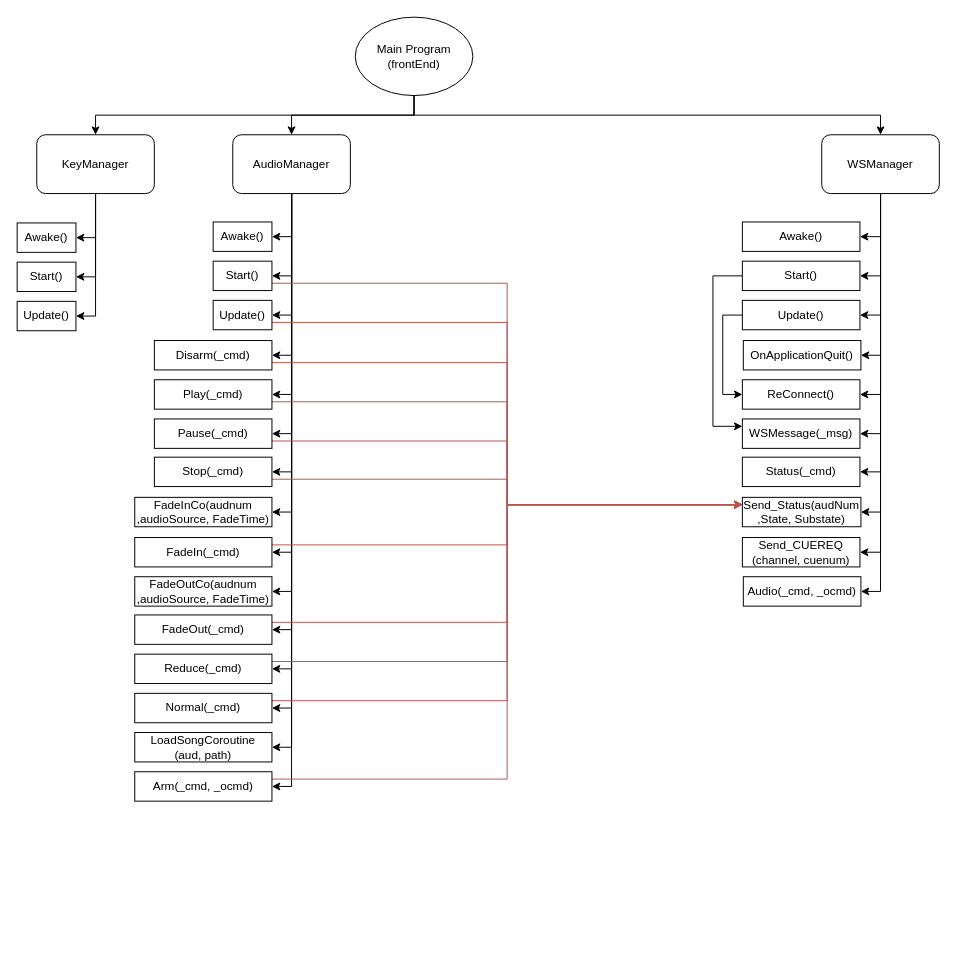
Earlier version of the draw.io diagram page "Hierarchy (frontEnd)" (4 of 4) of Docs/db.drawio (User5029/NEA). Source tidied: cells renumbered, new cells numbered last; positions are measured from the earlier drawing's top-left corner, leaving out a move shared by most shapes. Both pictures are drawn from the tidied source at 98%, with x=0, y=0 at pixel (17, 17).
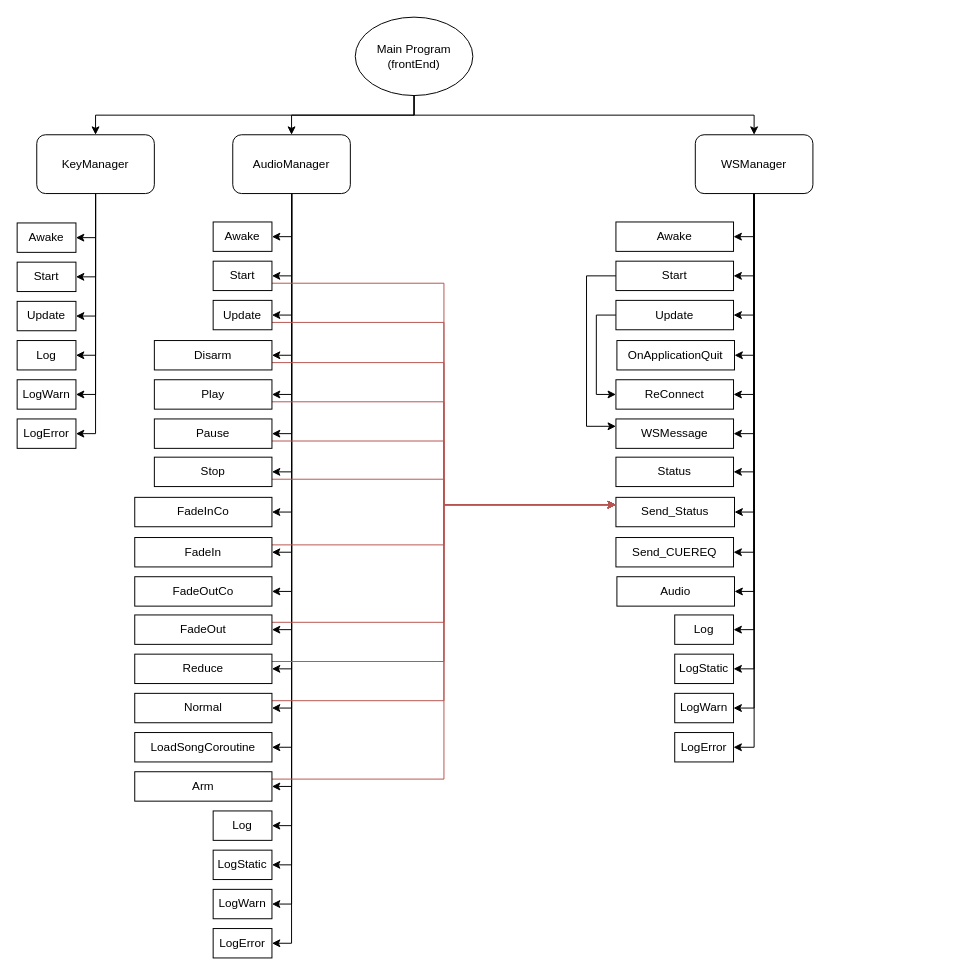
Above is the later version.

Unchanged cells that the change refers to:
```xml
<mxCell id="9" value="KeyManager" style="rounded=1;whiteSpace=wrap;html=1;" parent="1" vertex="1">
  <mxGeometry x="20" y="120" width="120" height="60" as="geometry" />
</mxCell>
<mxCell id="25" value="AudioManager" style="rounded=1;whiteSpace=wrap;html=1;" parent="1" vertex="1">
  <mxGeometry x="220" y="120" width="120" height="60" as="geometry" />
</mxCell>
```

Change to the diagram source:
```diff
@@
+    <mxCell id="78" style="edgeStyle=orthogonalEdgeStyle;rounded=0;jettySize=auto;html=1;exitX=0.5;exitY=1;exitDx=0;exitDy=0;entryX=1;entryY=0.5;entryDx=0;entryDy=0;" parent="1" edge="1" source="9" target="89">
+      <mxGeometry relative="1" as="geometry" />
+    </mxCell>
+    <mxCell id="79" style="edgeStyle=orthogonalEdgeStyle;rounded=0;jettySize=auto;html=1;exitX=0.5;exitY=1;exitDx=0;exitDy=0;entryX=1;entryY=0.5;entryDx=0;entryDy=0;" parent="1" edge="1" source="9" target="90">
+      <mxGeometry relative="1" as="geometry" />
+    </mxCell>
+    <mxCell id="80" style="edgeStyle=orthogonalEdgeStyle;rounded=0;jettySize=auto;html=1;exitX=0.5;exitY=1;exitDx=0;exitDy=0;entryX=1;entryY=0.5;entryDx=0;entryDy=0;" parent="1" edge="1" source="9" target="91">
+      <mxGeometry relative="1" as="geometry" />
+    </mxCell>
@@
+    <mxCell id="81" style="edgeStyle=orthogonalEdgeStyle;rounded=0;jettySize=auto;html=1;exitX=0.5;exitY=1;exitDx=0;exitDy=0;entryX=1;entryY=0.5;entryDx=0;entryDy=0;" parent="1" edge="1" source="25" target="92">
+      <mxGeometry relative="1" as="geometry" />
+    </mxCell>
+    <mxCell id="82" style="edgeStyle=orthogonalEdgeStyle;rounded=0;jettySize=auto;html=1;exitX=0.5;exitY=1;exitDx=0;exitDy=0;entryX=1;entryY=0.5;entryDx=0;entryDy=0;" parent="1" edge="1" source="25" target="95">
+      <mxGeometry relative="1" as="geometry" />
+    </mxCell>
+    <mxCell id="83" style="edgeStyle=orthogonalEdgeStyle;rounded=0;jettySize=auto;html=1;exitX=0.5;exitY=1;exitDx=0;exitDy=0;entryX=1;entryY=0.5;entryDx=0;entryDy=0;" parent="1" edge="1" source="25" target="93">
+      <mxGeometry relative="1" as="geometry" />
+    </mxCell>
+    <mxCell id="84" style="edgeStyle=orthogonalEdgeStyle;rounded=0;jettySize=auto;html=1;exitX=0.5;exitY=1;exitDx=0;exitDy=0;entryX=1;entryY=0.5;entryDx=0;entryDy=0;" parent="1" edge="1" source="25" target="94">
+      <mxGeometry relative="1" as="geometry" />
+    </mxCell>
@@
+    <mxCell id="85" style="edgeStyle=orthogonalEdgeStyle;rounded=0;jettySize=auto;html=1;exitX=0.5;exitY=1;exitDx=0;exitDy=0;entryX=1;entryY=0.5;entryDx=0;entryDy=0;" parent="1" edge="1" source="36" target="96">
+      <mxGeometry relative="1" as="geometry" />
+    </mxCell>
+    <mxCell id="86" style="edgeStyle=orthogonalEdgeStyle;rounded=0;jettySize=auto;html=1;exitX=0.5;exitY=1;exitDx=0;exitDy=0;entryX=1;entryY=0.5;entryDx=0;entryDy=0;" parent="1" edge="1" source="36" target="99">
+      <mxGeometry relative="1" as="geometry" />
+    </mxCell>
+    <mxCell id="87" style="edgeStyle=orthogonalEdgeStyle;rounded=0;jettySize=auto;html=1;exitX=0.5;exitY=1;exitDx=0;exitDy=0;entryX=1;entryY=0.5;entryDx=0;entryDy=0;" parent="1" edge="1" source="36" target="97">
+      <mxGeometry relative="1" as="geometry" />
+    </mxCell>
+    <mxCell id="88" style="edgeStyle=orthogonalEdgeStyle;rounded=0;jettySize=auto;html=1;exitX=0.5;exitY=1;exitDx=0;exitDy=0;entryX=1;entryY=0.5;entryDx=0;entryDy=0;" parent="1" edge="1" source="36" target="98">
+      <mxGeometry relative="1" as="geometry" />
+    </mxCell>
     <mxCell id="36" value="WSManager" style="rounded=1;whiteSpace=wrap;html=1;" parent="1" vertex="1">
-      <mxGeometry x="821" y="120" width="120" height="60" as="geometry" />
+      <mxGeometry x="692" y="120" width="120" height="60" as="geometry" />
     </mxCell>
-    <mxCell id="37" value="&lt;div&gt;&lt;span style=&quot;background-color: initial;&quot;&gt;Awake()&lt;/span&gt;&lt;br&gt;&lt;/div&gt;" style="rounded=0;whiteSpace=wrap;html=1;" parent="1" vertex="1">
+    <mxCell id="37" value="&lt;div&gt;&lt;span style=&quot;background-color: initial;&quot;&gt;Awake&lt;/span&gt;&lt;/div&gt;" style="rounded=0;whiteSpace=wrap;html=1;" parent="1" vertex="1">
       <mxGeometry y="210" width="60" height="30" as="geometry" />
     </mxCell>
-    <mxCell id="38" value="&lt;div&gt;&lt;span style=&quot;background-color: initial;&quot;&gt;Start()&lt;/span&gt;&lt;br&gt;&lt;/div&gt;" style="rounded=0;whiteSpace=wrap;html=1;" parent="1" vertex="1">
+    <mxCell id="38" value="&lt;div&gt;&lt;span style=&quot;background-color: initial;&quot;&gt;Start&lt;/span&gt;&lt;br&gt;&lt;/div&gt;" style="rounded=0;whiteSpace=wrap;html=1;" parent="1" vertex="1">
       <mxGeometry y="250" width="60" height="30" as="geometry" />
     </mxCell>
-    <mxCell id="39" value="&lt;div&gt;&lt;span style=&quot;background-color: initial;&quot;&gt;Update()&lt;/span&gt;&lt;br&gt;&lt;/div&gt;" style="rounded=0;whiteSpace=wrap;html=1;" parent="1" vertex="1">
+    <mxCell id="39" value="&lt;div&gt;&lt;span style=&quot;background-color: initial;&quot;&gt;Update&lt;/span&gt;&lt;br&gt;&lt;/div&gt;" style="rounded=0;whiteSpace=wrap;html=1;" parent="1" vertex="1">
       <mxGeometry y="290" width="60" height="30" as="geometry" />
     </mxCell>
-    <mxCell id="40" value="&lt;div&gt;&lt;span style=&quot;background-color: initial;&quot;&gt;Awake()&lt;/span&gt;&lt;br&gt;&lt;/div&gt;" style="rounded=0;whiteSpace=wrap;html=1;" parent="1" vertex="1">
-      <mxGeometry x="740" y="209" width="120" height="30" as="geometry" />
+    <mxCell id="40" value="&lt;div&gt;&lt;span style=&quot;background-color: initial;&quot;&gt;Awake&lt;/span&gt;&lt;br&gt;&lt;/div&gt;" style="rounded=0;whiteSpace=wrap;html=1;" parent="1" vertex="1">
+      <mxGeometry x="611" y="209" width="120" height="30" as="geometry" />
     </mxCell>
     <mxCell id="41" style="edgeStyle=orthogonalEdgeStyle;rounded=0;jettySize=auto;html=1;exitX=0;exitY=0.5;exitDx=0;exitDy=0;entryX=0;entryY=0.25;entryDx=0;entryDy=0;" parent="1" edge="1" source="42" target="45">
       <mxGeometry relative="1" as="geometry">
         <Array as="points">
-          <mxPoint x="710" y="264" />
-          <mxPoint x="710" y="418" />
+          <mxPoint x="581" y="264" />
+          <mxPoint x="581" y="418" />
         </Array>
       </mxGeometry>
     </mxCell>
-    <mxCell id="42" value="&lt;div&gt;&lt;span style=&quot;background-color: initial;&quot;&gt;Start()&lt;/span&gt;&lt;br&gt;&lt;/div&gt;" style="rounded=0;whiteSpace=wrap;html=1;" parent="1" vertex="1">
-      <mxGeometry x="740" y="249" width="120" height="30" as="geometry" />
+    <mxCell id="42" value="&lt;div&gt;&lt;span style=&quot;background-color: initial;&quot;&gt;Start&lt;/span&gt;&lt;br&gt;&lt;/div&gt;" style="rounded=0;whiteSpace=wrap;html=1;" parent="1" vertex="1">
+      <mxGeometry x="611" y="249" width="120" height="30" as="geometry" />
     </mxCell>
@@
-    <mxCell id="44" value="&lt;div&gt;&lt;span style=&quot;background-color: initial;&quot;&gt;Update()&lt;/span&gt;&lt;br&gt;&lt;/div&gt;" style="rounded=0;whiteSpace=wrap;html=1;" parent="1" vertex="1">
-      <mxGeometry x="740" y="289" width="120" height="30" as="geometry" />
+    <mxCell id="44" value="&lt;div&gt;&lt;span style=&quot;background-color: initial;&quot;&gt;Update&lt;/span&gt;&lt;br&gt;&lt;/div&gt;" style="rounded=0;whiteSpace=wrap;html=1;" parent="1" vertex="1">
+      <mxGeometry x="611" y="289" width="120" height="30" as="geometry" />
     </mxCell>
-    <mxCell id="45" value="&lt;div&gt;WSMessage(_msg)&lt;/div&gt;" style="rounded=0;whiteSpace=wrap;html=1;" parent="1" vertex="1">
-      <mxGeometry x="740" y="410" width="120" height="30" as="geometry" />
+    <mxCell id="45" value="&lt;div&gt;WSMessage&lt;/div&gt;" style="rounded=0;whiteSpace=wrap;html=1;" parent="1" vertex="1">
+      <mxGeometry x="611" y="410" width="120" height="30" as="geometry" />
     </mxCell>
-    <mxCell id="46" value="Status(_cmd)" style="rounded=0;whiteSpace=wrap;html=1;" parent="1" vertex="1">
-      <mxGeometry x="740" y="449" width="120" height="30" as="geometry" />
+    <mxCell id="46" value="Status" style="rounded=0;whiteSpace=wrap;html=1;" parent="1" vertex="1">
+      <mxGeometry x="611" y="449" width="120" height="30" as="geometry" />
     </mxCell>
-    <mxCell id="47" value="Send_Status(audNum&lt;div&gt;,State, Substate)&lt;/div&gt;" style="rounded=0;whiteSpace=wrap;html=1;" parent="1" vertex="1">
-      <mxGeometry x="740" y="490" width="121" height="30" as="geometry" />
+    <mxCell id="47" value="Send_Status" style="rounded=0;whiteSpace=wrap;html=1;" parent="1" vertex="1">
+      <mxGeometry x="611" y="490" width="121" height="30" as="geometry" />
     </mxCell>
-    <mxCell id="48" value="Send_CUEREQ (channel, cuenum)" style="rounded=0;whiteSpace=wrap;html=1;" parent="1" vertex="1">
-      <mxGeometry x="740" y="531" width="120" height="30" as="geometry" />
+    <mxCell id="48" value="Send_CUEREQ" style="rounded=0;whiteSpace=wrap;html=1;" parent="1" vertex="1">
+      <mxGeometry x="611" y="531" width="120" height="30" as="geometry" />
     </mxCell>
-    <mxCell id="49" value="Audio(_cmd, _ocmd)" style="rounded=0;whiteSpace=wrap;html=1;" parent="1" vertex="1">
-      <mxGeometry x="741" y="571" width="120" height="30" as="geometry" />
+    <mxCell id="49" value="Audio" style="rounded=0;whiteSpace=wrap;html=1;" parent="1" vertex="1">
+      <mxGeometry x="612" y="571" width="120" height="30" as="geometry" />
     </mxCell>
-    <mxCell id="50" value="&lt;div&gt;&lt;span style=&quot;background-color: initial;&quot;&gt;OnApplicationQuit()&lt;/span&gt;&lt;br&gt;&lt;/div&gt;" style="rounded=0;whiteSpace=wrap;html=1;" parent="1" vertex="1">
-      <mxGeometry x="741" y="330" width="120" height="30" as="geometry" />
+    <mxCell id="50" value="&lt;div&gt;&lt;span style=&quot;background-color: initial;&quot;&gt;OnApplicationQuit&lt;/span&gt;&lt;br&gt;&lt;/div&gt;" style="rounded=0;whiteSpace=wrap;html=1;" parent="1" vertex="1">
+      <mxGeometry x="612" y="330" width="120" height="30" as="geometry" />
     </mxCell>
-    <mxCell id="51" value="&lt;div&gt;ReConnect()&lt;/div&gt;" style="rounded=0;whiteSpace=wrap;html=1;" parent="1" vertex="1">
-      <mxGeometry x="740" y="370" width="120" height="30" as="geometry" />
+    <mxCell id="51" value="&lt;div&gt;ReConnect&lt;/div&gt;" style="rounded=0;whiteSpace=wrap;html=1;" parent="1" vertex="1">
+      <mxGeometry x="611" y="370" width="120" height="30" as="geometry" />
     </mxCell>
-    <mxCell id="52" value="&lt;div&gt;&lt;span style=&quot;background-color: initial;&quot;&gt;Awake()&lt;/span&gt;&lt;br&gt;&lt;/div&gt;" style="rounded=0;whiteSpace=wrap;html=1;" parent="1" vertex="1">
+    <mxCell id="52" value="&lt;div&gt;&lt;span style=&quot;background-color: initial;&quot;&gt;Awake&lt;/span&gt;&lt;br&gt;&lt;/div&gt;" style="rounded=0;whiteSpace=wrap;html=1;" parent="1" vertex="1">
       <mxGeometry x="200" y="209" width="60" height="30" as="geometry" />
     </mxCell>
@@
-    <mxCell id="54" value="&lt;div&gt;&lt;span style=&quot;background-color: initial;&quot;&gt;Start()&lt;/span&gt;&lt;br&gt;&lt;/div&gt;" style="rounded=0;whiteSpace=wrap;html=1;" parent="1" vertex="1">
+    <mxCell id="54" value="&lt;div&gt;&lt;span style=&quot;background-color: initial;&quot;&gt;Start&lt;/span&gt;&lt;/div&gt;" style="rounded=0;whiteSpace=wrap;html=1;" parent="1" vertex="1">
       <mxGeometry x="200" y="249" width="60" height="30" as="geometry" />
     </mxCell>
@@
-    <mxCell id="56" value="&lt;div&gt;&lt;span style=&quot;background-color: initial;&quot;&gt;Update()&lt;/span&gt;&lt;br&gt;&lt;/div&gt;" style="rounded=0;whiteSpace=wrap;html=1;" parent="1" vertex="1">
+    <mxCell id="56" value="&lt;div&gt;&lt;span style=&quot;background-color: initial;&quot;&gt;Update&lt;/span&gt;&lt;br&gt;&lt;/div&gt;" style="rounded=0;whiteSpace=wrap;html=1;" parent="1" vertex="1">
       <mxGeometry x="200" y="289" width="60" height="30" as="geometry" />
     </mxCell>
@@
-    <mxCell id="58" value="&lt;div&gt;Disarm(_cmd)&lt;/div&gt;" style="rounded=0;whiteSpace=wrap;html=1;" parent="1" vertex="1">
+    <mxCell id="58" value="&lt;div&gt;Disarm&lt;/div&gt;" style="rounded=0;whiteSpace=wrap;html=1;" parent="1" vertex="1">
       <mxGeometry x="140" y="330" width="120" height="30" as="geometry" />
     </mxCell>
@@
-    <mxCell id="60" value="Play(_cmd)" style="rounded=0;whiteSpace=wrap;html=1;" parent="1" vertex="1">
+    <mxCell id="60" value="Play" style="rounded=0;whiteSpace=wrap;html=1;" parent="1" vertex="1">
       <mxGeometry x="140" y="370" width="120" height="30" as="geometry" />
     </mxCell>
@@
-    <mxCell id="62" value="Pause(_cmd)" style="rounded=0;whiteSpace=wrap;html=1;" parent="1" vertex="1">
+    <mxCell id="62" value="Pause" style="rounded=0;whiteSpace=wrap;html=1;" parent="1" vertex="1">
       <mxGeometry x="140" y="410" width="120" height="30" as="geometry" />
     </mxCell>
@@
-    <mxCell id="64" value="Stop(_cmd)" style="rounded=0;whiteSpace=wrap;html=1;" parent="1" vertex="1">
+    <mxCell id="64" value="Stop" style="rounded=0;whiteSpace=wrap;html=1;" parent="1" vertex="1">
       <mxGeometry x="140" y="449" width="120" height="30" as="geometry" />
     </mxCell>
-    <mxCell id="65" value="FadeInCo(audnum&lt;div&gt;,audioSource, FadeTime)&lt;/div&gt;" style="rounded=0;whiteSpace=wrap;html=1;" parent="1" vertex="1">
+    <mxCell id="65" value="FadeInCo" style="rounded=0;whiteSpace=wrap;html=1;" parent="1" vertex="1">
       <mxGeometry x="120" y="490" width="140" height="30" as="geometry" />
     </mxCell>
@@
-    <mxCell id="67" value="FadeIn(_cmd)" style="rounded=0;whiteSpace=wrap;html=1;" parent="1" vertex="1">
+    <mxCell id="67" value="FadeIn" style="rounded=0;whiteSpace=wrap;html=1;" parent="1" vertex="1">
       <mxGeometry x="120" y="531" width="140" height="30" as="geometry" />
     </mxCell>
-    <mxCell id="68" value="FadeOutCo(audnum&lt;div&gt;,audioSource, FadeTime)&lt;/div&gt;" style="rounded=0;whiteSpace=wrap;html=1;" parent="1" vertex="1">
+    <mxCell id="68" value="FadeOutCo" style="rounded=0;whiteSpace=wrap;html=1;" parent="1" vertex="1">
       <mxGeometry x="120" y="571" width="140" height="30" as="geometry" />
     </mxCell>
@@
-    <mxCell id="70" value="FadeOut(_cmd)" style="rounded=0;whiteSpace=wrap;html=1;" parent="1" vertex="1">
+    <mxCell id="70" value="FadeOut" style="rounded=0;whiteSpace=wrap;html=1;" parent="1" vertex="1">
       <mxGeometry x="120" y="610" width="140" height="30" as="geometry" />
     </mxCell>
@@
-    <mxCell id="72" value="Reduce(_cmd)" style="rounded=0;whiteSpace=wrap;html=1;" parent="1" vertex="1">
+    <mxCell id="72" value="Reduce" style="rounded=0;whiteSpace=wrap;html=1;" parent="1" vertex="1">
       <mxGeometry x="120" y="650" width="140" height="30" as="geometry" />
     </mxCell>
@@
-    <mxCell id="74" value="Normal(_cmd)" style="rounded=0;whiteSpace=wrap;html=1;" parent="1" vertex="1">
+    <mxCell id="74" value="Normal" style="rounded=0;whiteSpace=wrap;html=1;" parent="1" vertex="1">
       <mxGeometry x="120" y="690" width="140" height="30" as="geometry" />
     </mxCell>
-    <mxCell id="75" value="LoadSongCoroutine&lt;div&gt;(aud, path)&lt;/div&gt;" style="rounded=0;whiteSpace=wrap;html=1;" parent="1" vertex="1">
+    <mxCell id="75" value="LoadSongCoroutine" style="rounded=0;whiteSpace=wrap;html=1;" parent="1" vertex="1">
       <mxGeometry x="120" y="730" width="140" height="30" as="geometry" />
     </mxCell>
@@
-    <mxCell id="77" value="Arm(_cmd, _ocmd)" style="rounded=0;whiteSpace=wrap;html=1;" parent="1" vertex="1">
+    <mxCell id="77" value="Arm" style="rounded=0;whiteSpace=wrap;html=1;" parent="1" vertex="1">
       <mxGeometry x="120" y="770" width="140" height="30" as="geometry" />
     </mxCell>
+    <mxCell id="89" value="&lt;div&gt;&lt;span style=&quot;background-color: initial;&quot;&gt;Log&lt;/span&gt;&lt;br&gt;&lt;/div&gt;" style="rounded=0;whiteSpace=wrap;html=1;" parent="1" vertex="1">
+      <mxGeometry y="330" width="60" height="30" as="geometry" />
+    </mxCell>
+    <mxCell id="90" value="&lt;div&gt;LogWarn&lt;/div&gt;" style="rounded=0;whiteSpace=wrap;html=1;" parent="1" vertex="1">
+      <mxGeometry y="370" width="60" height="30" as="geometry" />
+    </mxCell>
+    <mxCell id="91" value="&lt;div&gt;&lt;span style=&quot;background-color: initial;&quot;&gt;LogError&lt;/span&gt;&lt;br&gt;&lt;/div&gt;" style="rounded=0;whiteSpace=wrap;html=1;" parent="1" vertex="1">
+      <mxGeometry y="410" width="60" height="30" as="geometry" />
+    </mxCell>
+    <mxCell id="92" value="&lt;div&gt;&lt;span style=&quot;background-color: initial;&quot;&gt;Log&lt;/span&gt;&lt;br&gt;&lt;/div&gt;" style="rounded=0;whiteSpace=wrap;html=1;" parent="1" vertex="1">
+      <mxGeometry x="200" y="810" width="60" height="30" as="geometry" />
+    </mxCell>
+    <mxCell id="93" value="&lt;div&gt;LogWarn&lt;/div&gt;" style="rounded=0;whiteSpace=wrap;html=1;" parent="1" vertex="1">
+      <mxGeometry x="200" y="890" width="60" height="30" as="geometry" />
+    </mxCell>
+    <mxCell id="94" value="&lt;div&gt;&lt;span style=&quot;background-color: initial;&quot;&gt;LogError&lt;/span&gt;&lt;br&gt;&lt;/div&gt;" style="rounded=0;whiteSpace=wrap;html=1;" parent="1" vertex="1">
+      <mxGeometry x="200" y="930" width="60" height="30" as="geometry" />
+    </mxCell>
+    <mxCell id="95" value="&lt;div&gt;&lt;span style=&quot;background-color: initial;&quot;&gt;LogStatic&lt;/span&gt;&lt;br&gt;&lt;/div&gt;" style="rounded=0;whiteSpace=wrap;html=1;" parent="1" vertex="1">
+      <mxGeometry x="200" y="850" width="60" height="30" as="geometry" />
+    </mxCell>
+    <mxCell id="96" value="&lt;div&gt;&lt;span style=&quot;background-color: initial;&quot;&gt;Log&lt;/span&gt;&lt;br&gt;&lt;/div&gt;" style="rounded=0;whiteSpace=wrap;html=1;" parent="1" vertex="1">
+      <mxGeometry x="671" y="610" width="60" height="30" as="geometry" />
+    </mxCell>
+    <mxCell id="97" value="&lt;div&gt;LogWarn&lt;/div&gt;" style="rounded=0;whiteSpace=wrap;html=1;" parent="1" vertex="1">
+      <mxGeometry x="671" y="690" width="60" height="30" as="geometry" />
+    </mxCell>
+    <mxCell id="98" value="&lt;div&gt;&lt;span style=&quot;background-color: initial;&quot;&gt;LogError&lt;/span&gt;&lt;br&gt;&lt;/div&gt;" style="rounded=0;whiteSpace=wrap;html=1;" parent="1" vertex="1">
+      <mxGeometry x="671" y="730" width="60" height="30" as="geometry" />
+    </mxCell>
+    <mxCell id="99" value="&lt;div&gt;&lt;span style=&quot;background-color: initial;&quot;&gt;LogStatic&lt;/span&gt;&lt;br&gt;&lt;/div&gt;" style="rounded=0;whiteSpace=wrap;html=1;" parent="1" vertex="1">
+      <mxGeometry x="671" y="650" width="60" height="30" as="geometry" />
+    </mxCell>
```
